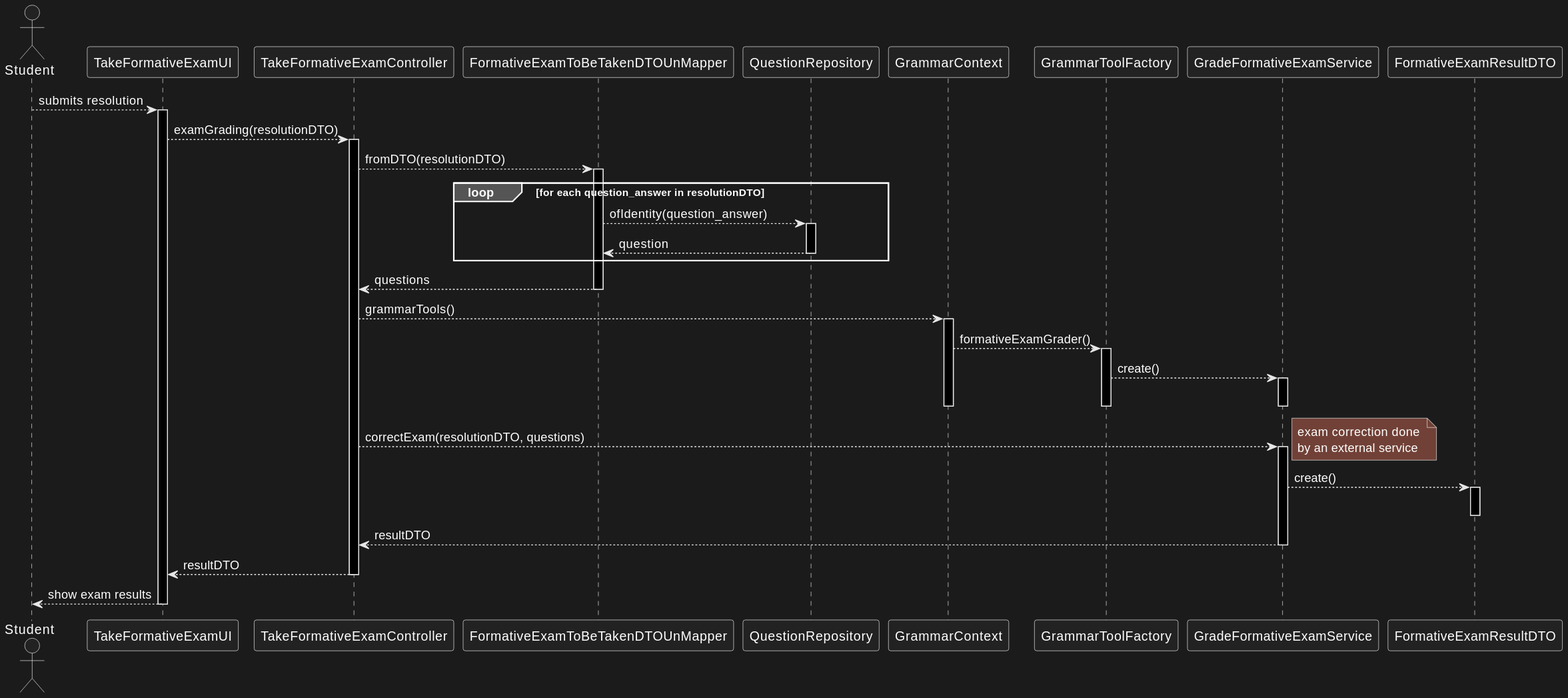
This is docs/us_2009/3-grade-fexam.svg from jovami/isep-lapr4, a PlantUML export, as it was before one commit. Its diagram source:
```plantuml
@startuml
actor Student as student

participant TakeFormativeExamUI as ui
participant TakeFormativeExamController as ctrl

participant FormativeExamToBeTakenDTOUnMapper as unmap
participant QuestionRepository as q_repo

participant GrammarContext as ctx
participant GrammarToolFactory as grepo

participant GradeFormativeExamService as svc

participant FormativeExamResultDTO as dto

student --> ui : submits resolution
activate ui
    ui --> ctrl : examGrading(resolutionDTO)
    activate ctrl

        ctrl --> unmap : fromDTO(resolutionDTO)
        activate unmap
            loop for each question_answer in resolutionDTO
                unmap --> q_repo : ofIdentity(question_answer)
                activate q_repo
                    q_repo --> unmap : question
                deactivate q_repo
            end loop

            unmap --> ctrl : questions
        deactivate unmap

        ctrl --> ctx : grammarTools()
        activate ctx
            ctx --> grepo : formativeExamGrader()
            activate grepo
                grepo --> svc : create()
                activate svc
                deactivate svc
            deactivate grepo
        deactivate ctx

        ctrl --> svc : correctExam(resolutionDTO, questions)
        activate svc
            note right: exam correction done \nby an external service

            svc --> dto : create()
            activate dto
            deactivate dto

            svc --> ctrl : resultDTO
        deactivate svc

        ctrl --> ui : resultDTO
    deactivate ctrl

    ui --> student : show exam results
deactivate ui
@enduml
```
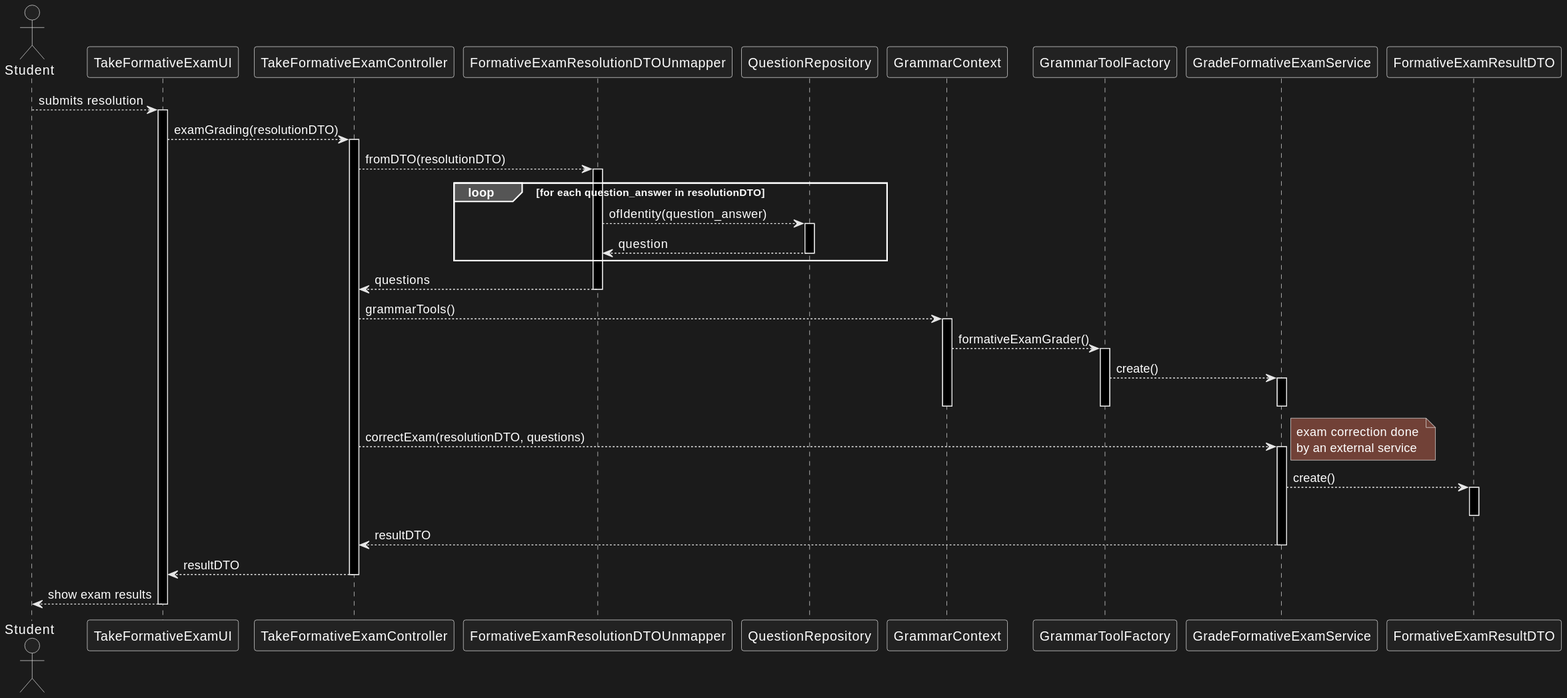
Later version of the same file.

Change to the diagram source:
```diff
@@ -4,7 +4,7 @@
 participant TakeFormativeExamUI as ui
 participant TakeFormativeExamController as ctrl
 
-participant FormativeExamToBeTakenDTOUnMapper as unmap
+participant FormativeExamResolutionDTOUnmapper as unmap
 participant QuestionRepository as q_repo
 
 participant GrammarContext as ctx
```
